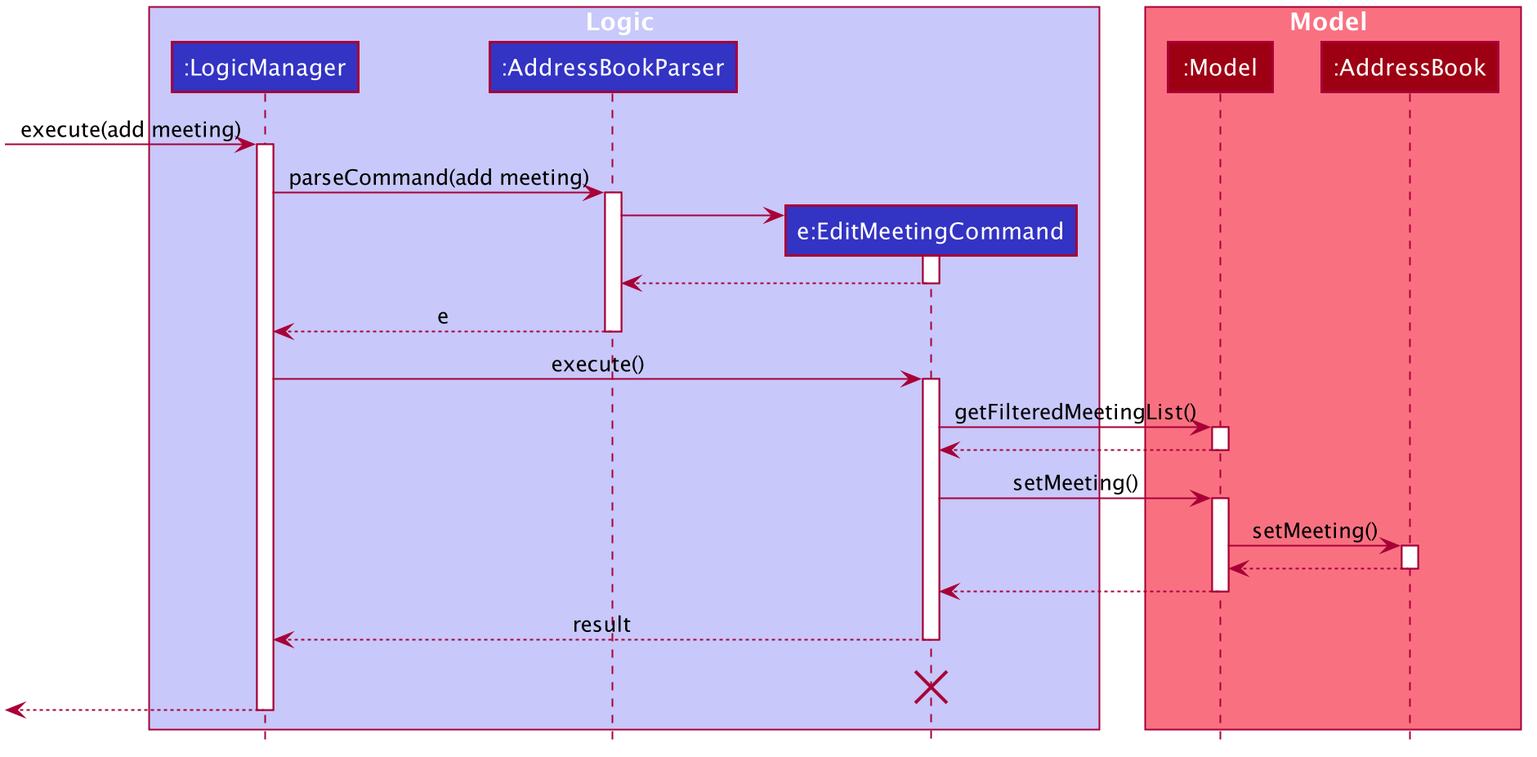
Earlier version of the PlantUML export docs/images/EditMeetingSequenceDiagram.png (zhaohuanqdcn/tp). Its diagram source:
```plantuml
@startuml








skinparam BackgroundColor #FFFFFFF

skinparam Shadowing false

skinparam Class {
    FontColor #FFFFFF
    BorderThickness 1
    BorderColor #FFFFFF
    StereotypeFontColor #FFFFFF
    FontName Arial
}

skinparam Actor {
    BorderColor #000000
    Color #000000
    FontName Arial
}

skinparam Sequence {
    MessageAlign center
    BoxFontSize 15
    BoxPadding 0
    BoxFontColor #FFFFFF
    FontName Arial
}

skinparam Participant {
    FontColor #FFFFFFF
    Padding 20
}

skinparam MinClassWidth 50
skinparam ParticipantPadding 10
skinparam Shadowing false
skinparam DefaultTextAlignment center
skinparam packageStyle Rectangle

hide footbox
hide members
hide circle

box Logic #C8C8FA
participant ":LogicManager" as LogicManager #3333C4
participant ":AddressBookParser" as AddressBookParser #3333C4
participant "e:EditMeetingCommand" as EditMeetingCommand #3333C4
end box

box Model #F97181
participant ":Model" as Model #9D0012
participant ":AddressBook" as AddressBook #9D0012
end box
[-> LogicManager : execute(add meeting)
activate LogicManager

LogicManager -> AddressBookParser : parseCommand(add meeting)
activate AddressBookParser

create EditMeetingCommand
AddressBookParser -> EditMeetingCommand
activate EditMeetingCommand

EditMeetingCommand --> AddressBookParser
deactivate EditMeetingCommand

AddressBookParser --> LogicManager : e
deactivate AddressBookParser

LogicManager -> EditMeetingCommand : execute()
activate EditMeetingCommand

EditMeetingCommand -> Model : getFilteredMeetingList()
activate Model

Model --> EditMeetingCommand
deactivate Model

EditMeetingCommand -> Model : setMeeting()
activate Model

Model -> AddressBook : setMeeting()
activate AddressBook

AddressBook --> Model :
deactivate AddressBook

Model --> EditMeetingCommand
deactivate Model

EditMeetingCommand --> LogicManager : result
deactivate EditMeetingCommand
EditMeetingCommand -[hidden]-> LogicManager : result
destroy EditMeetingCommand

[<--LogicManager
deactivate LogicManager
@enduml
```
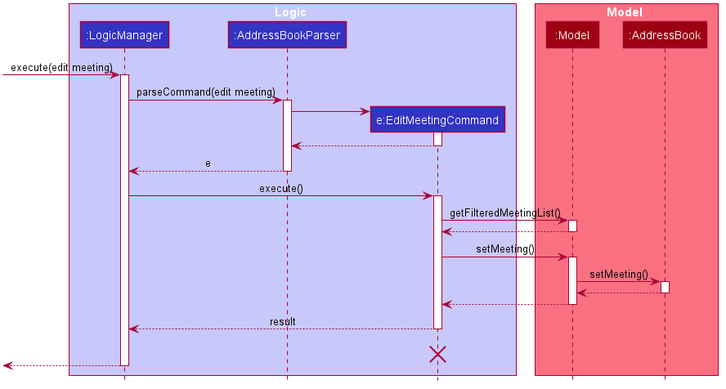
Above is the later version.

Change to the diagram source:
```diff
@@ -58,10 +58,10 @@
 participant ":Model" as Model #9D0012
 participant ":AddressBook" as AddressBook #9D0012
 end box
-[-> LogicManager : execute(add meeting)
+[-> LogicManager : execute(edit meeting)
 activate LogicManager
 
-LogicManager -> AddressBookParser : parseCommand(add meeting)
+LogicManager -> AddressBookParser : parseCommand(edit meeting)
 activate AddressBookParser
 
 create EditMeetingCommand
```
